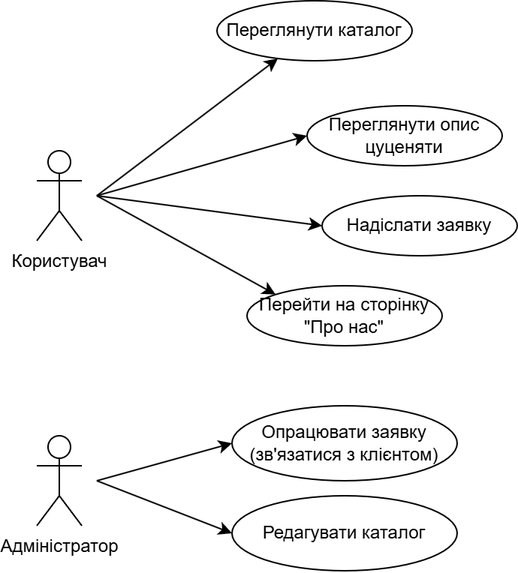
This is static/assets/labs/lab-1/uml.png from GlebTiK/IA-34_appRECORD-HlibSukhoruchkin-FIOT-2026, a draw.io export, as it was before one commit. Source tidied: cells renumbered, new cells last; positions are measured from the earlier drawing's top-left corner, leaving out a move shared by most shapes. Source of this version:
```xml
<mxGraphModel>
  <root>
    <mxCell id="0" />
    <mxCell id="1" parent="0" />
    <mxCell id="2" value="Користувач" style="shape=umlActor;verticalLabelPosition=bottom;verticalAlign=top;html=1;" parent="1" vertex="1">
      <mxGeometry y="100" width="30" height="60" as="geometry" />
    </mxCell>
    <mxCell id="3" style="endArrow=classic;html=1;rounded=0;" parent="1" edge="1" target="4">
      <mxGeometry relative="1" as="geometry">
        <mxPoint x="40" y="130" as="sourcePoint" />
      </mxGeometry>
    </mxCell>
    <mxCell id="4" value="Переглянути каталог" style="ellipse;whiteSpace=wrap;html=1;" parent="1" vertex="1">
      <mxGeometry x="120" width="130" height="40" as="geometry" />
    </mxCell>
    <mxCell id="5" value="Переглянути опис цуценяти" style="ellipse;whiteSpace=wrap;html=1;" parent="1" vertex="1">
      <mxGeometry x="180" y="70" width="130" height="40" as="geometry" />
    </mxCell>
    <mxCell id="6" style="endArrow=classic;html=1;rounded=0;entryX=0;entryY=0.5;entryDx=0;entryDy=0;" parent="1" edge="1" target="5">
      <mxGeometry relative="1" as="geometry">
        <mxPoint x="40" y="130" as="sourcePoint" />
      </mxGeometry>
    </mxCell>
    <mxCell id="7" value="Надіслати заявку" style="ellipse;whiteSpace=wrap;html=1;" parent="1" vertex="1">
      <mxGeometry x="190" y="130" width="130" height="40" as="geometry" />
    </mxCell>
    <mxCell id="8" style="endArrow=classic;html=1;rounded=0;entryX=0;entryY=0.5;entryDx=0;entryDy=0;" parent="1" edge="1" target="7">
      <mxGeometry relative="1" as="geometry">
        <mxPoint x="40" y="130" as="sourcePoint" />
      </mxGeometry>
    </mxCell>
    <mxCell id="9" value="Перейти на сторінку &quot;Про нас&quot;" style="ellipse;whiteSpace=wrap;html=1;" parent="1" vertex="1">
      <mxGeometry x="140" y="190" width="130" height="40" as="geometry" />
    </mxCell>
    <mxCell id="10" style="endArrow=classic;html=1;rounded=0;entryX=0;entryY=0;entryDx=0;entryDy=0;" parent="1" edge="1" target="9">
      <mxGeometry relative="1" as="geometry">
        <mxPoint x="40" y="130" as="sourcePoint" />
      </mxGeometry>
    </mxCell>
    <mxCell id="11" value="Адміністратор" style="shape=umlActor;verticalLabelPosition=bottom;verticalAlign=top;html=1;" parent="1" vertex="1">
      <mxGeometry y="290" width="30" height="60" as="geometry" />
    </mxCell>
    <mxCell id="12" value="Опрацювати заявку (зв'язатися з клієнтом)" style="ellipse;whiteSpace=wrap;html=1;" parent="1" vertex="1">
      <mxGeometry x="130" y="270" width="150" height="50" as="geometry" />
    </mxCell>
    <mxCell id="13" style="endArrow=classic;html=1;rounded=0;entryX=0;entryY=0.5;entryDx=0;entryDy=0;" parent="1" edge="1" target="12">
      <mxGeometry relative="1" as="geometry">
        <mxPoint x="40" y="320" as="sourcePoint" />
      </mxGeometry>
    </mxCell>
    <mxCell id="14" value="Редагувати каталог" style="ellipse;whiteSpace=wrap;html=1;" parent="1" vertex="1">
      <mxGeometry x="130" y="330" width="150" height="50" as="geometry" />
    </mxCell>
    <mxCell id="15" style="endArrow=classic;html=1;rounded=0;entryX=0;entryY=0.5;entryDx=0;entryDy=0;" parent="1" edge="1" target="14">
      <mxGeometry relative="1" as="geometry">
        <mxPoint x="40" y="320" as="sourcePoint" />
      </mxGeometry>
    </mxCell>
  </root>
</mxGraphModel>
```
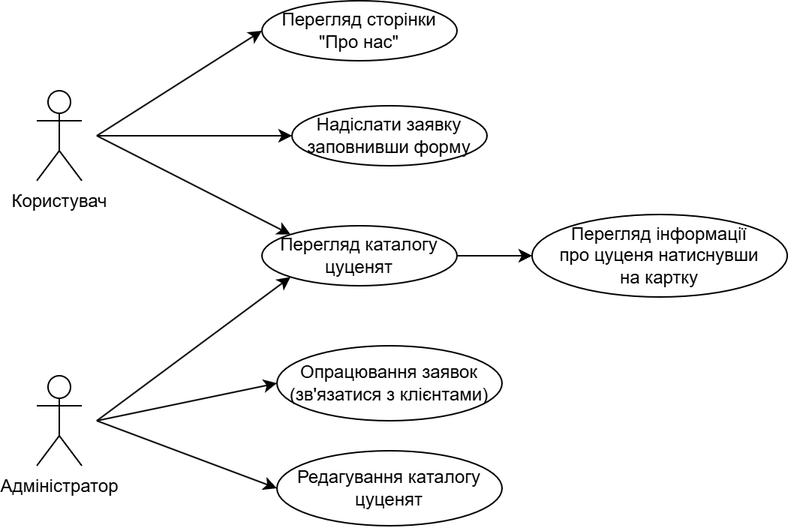
Above is the later version.

Commit message:
fix: update project goal for clarity and add performance requirement

Change to the diagram source:
```diff
@@ -5,34 +5,29 @@
     <mxCell id="2" value="Користувач" style="shape=umlActor;verticalLabelPosition=bottom;verticalAlign=top;html=1;" parent="1" vertex="1">
       <mxGeometry y="100" width="30" height="60" as="geometry" />
     </mxCell>
-    <mxCell id="3" style="endArrow=classic;html=1;rounded=0;" parent="1" edge="1" target="4">
+    <mxCell id="3" style="endArrow=classic;html=1;rounded=0;entryX=0;entryY=0;entryDx=0;entryDy=0;" parent="1" edge="1" target="4">
       <mxGeometry relative="1" as="geometry">
         <mxPoint x="40" y="130" as="sourcePoint" />
       </mxGeometry>
     </mxCell>
-    <mxCell id="4" value="Переглянути каталог" style="ellipse;whiteSpace=wrap;html=1;" parent="1" vertex="1">
-      <mxGeometry x="120" width="130" height="40" as="geometry" />
+    <mxCell id="4" value="Перегляд каталогу цуценят" style="ellipse;whiteSpace=wrap;html=1;" parent="1" vertex="1">
+      <mxGeometry x="150" y="190" width="130" height="40" as="geometry" />
     </mxCell>
-    <mxCell id="5" value="Переглянути опис цуценяти" style="ellipse;whiteSpace=wrap;html=1;" parent="1" vertex="1">
-      <mxGeometry x="180" y="70" width="130" height="40" as="geometry" />
+    <mxCell id="5" value="&lt;p&gt;Перегляд інформації &lt;br&gt;про цуценя&lt;span style=&quot;background-color: transparent; color: light-dark(rgb(0, 0, 0), rgb(255, 255, 255));&quot;&gt;&amp;nbsp;натиснувши&lt;br&gt;&lt;/span&gt;&lt;span style=&quot;background-color: transparent; color: light-dark(rgb(0, 0, 0), rgb(255, 255, 255));&quot;&gt;на картку&lt;/span&gt;&lt;/p&gt;" style="ellipse;whiteSpace=wrap;html=1;" parent="1" vertex="1">
+      <mxGeometry x="330" y="182.5" width="170" height="55" as="geometry" />
     </mxCell>
-    <mxCell id="6" style="endArrow=classic;html=1;rounded=0;entryX=0;entryY=0.5;entryDx=0;entryDy=0;" parent="1" edge="1" target="5">
-      <mxGeometry relative="1" as="geometry">
-        <mxPoint x="40" y="130" as="sourcePoint" />
-      </mxGeometry>
-    </mxCell>
-    <mxCell id="7" value="Надіслати заявку" style="ellipse;whiteSpace=wrap;html=1;" parent="1" vertex="1">
-      <mxGeometry x="190" y="130" width="130" height="40" as="geometry" />
+    <mxCell id="7" value="Надіслати заявку заповнивши форму" style="ellipse;whiteSpace=wrap;html=1;" parent="1" vertex="1">
+      <mxGeometry x="170" y="110" width="130" height="40" as="geometry" />
     </mxCell>
     <mxCell id="8" style="endArrow=classic;html=1;rounded=0;entryX=0;entryY=0.5;entryDx=0;entryDy=0;" parent="1" edge="1" target="7">
       <mxGeometry relative="1" as="geometry">
         <mxPoint x="40" y="130" as="sourcePoint" />
       </mxGeometry>
     </mxCell>
-    <mxCell id="9" value="Перейти на сторінку &quot;Про нас&quot;" style="ellipse;whiteSpace=wrap;html=1;" parent="1" vertex="1">
-      <mxGeometry x="140" y="190" width="130" height="40" as="geometry" />
+    <mxCell id="9" value="Перегляд сторінки &quot;Про нас&quot;" style="ellipse;whiteSpace=wrap;html=1;" parent="1" vertex="1">
+      <mxGeometry x="150" y="40" width="130" height="40" as="geometry" />
     </mxCell>
-    <mxCell id="10" style="endArrow=classic;html=1;rounded=0;entryX=0;entryY=0;entryDx=0;entryDy=0;" parent="1" edge="1" target="9">
+    <mxCell id="10" style="endArrow=classic;html=1;rounded=0;entryX=0;entryY=0.5;entryDx=0;entryDy=0;" parent="1" edge="1" target="9">
       <mxGeometry relative="1" as="geometry">
         <mxPoint x="40" y="130" as="sourcePoint" />
       </mxGeometry>
@@ -40,21 +35,29 @@
     <mxCell id="11" value="Адміністратор" style="shape=umlActor;verticalLabelPosition=bottom;verticalAlign=top;html=1;" parent="1" vertex="1">
       <mxGeometry y="290" width="30" height="60" as="geometry" />
     </mxCell>
-    <mxCell id="12" value="Опрацювати заявку (зв'язатися з клієнтом)" style="ellipse;whiteSpace=wrap;html=1;" parent="1" vertex="1">
-      <mxGeometry x="130" y="270" width="150" height="50" as="geometry" />
+    <mxCell id="12" value="Опрацювання заявок (зв'язатися з клієнтами)" style="ellipse;whiteSpace=wrap;html=1;" parent="1" vertex="1">
+      <mxGeometry x="160" y="270" width="150" height="50" as="geometry" />
     </mxCell>
     <mxCell id="13" style="endArrow=classic;html=1;rounded=0;entryX=0;entryY=0.5;entryDx=0;entryDy=0;" parent="1" edge="1" target="12">
       <mxGeometry relative="1" as="geometry">
         <mxPoint x="40" y="320" as="sourcePoint" />
       </mxGeometry>
     </mxCell>
-    <mxCell id="14" value="Редагувати каталог" style="ellipse;whiteSpace=wrap;html=1;" parent="1" vertex="1">
-      <mxGeometry x="130" y="330" width="150" height="50" as="geometry" />
+    <mxCell id="14" value="Редагування каталогу цуценят" style="ellipse;whiteSpace=wrap;html=1;" parent="1" vertex="1">
+      <mxGeometry x="160" y="340" width="150" height="50" as="geometry" />
     </mxCell>
     <mxCell id="15" style="endArrow=classic;html=1;rounded=0;entryX=0;entryY=0.5;entryDx=0;entryDy=0;" parent="1" edge="1" target="14">
       <mxGeometry relative="1" as="geometry">
         <mxPoint x="40" y="320" as="sourcePoint" />
       </mxGeometry>
     </mxCell>
+    <mxCell id="16" style="endArrow=classic;html=1;rounded=0;entryX=0;entryY=1;entryDx=0;entryDy=0;" parent="1" edge="1" target="4">
+      <mxGeometry relative="1" as="geometry">
+        <mxPoint x="40" y="320" as="sourcePoint" />
+      </mxGeometry>
+    </mxCell>
+    <mxCell id="17" style="endArrow=classic;html=1;rounded=0;exitX=1;exitY=0.5;exitDx=0;exitDy=0;entryX=0;entryY=0.5;entryDx=0;entryDy=0;" parent="1" edge="1" source="4" target="5">
+      <mxGeometry relative="1" as="geometry" />
+    </mxCell>
   </root>
 </mxGraphModel>
```
